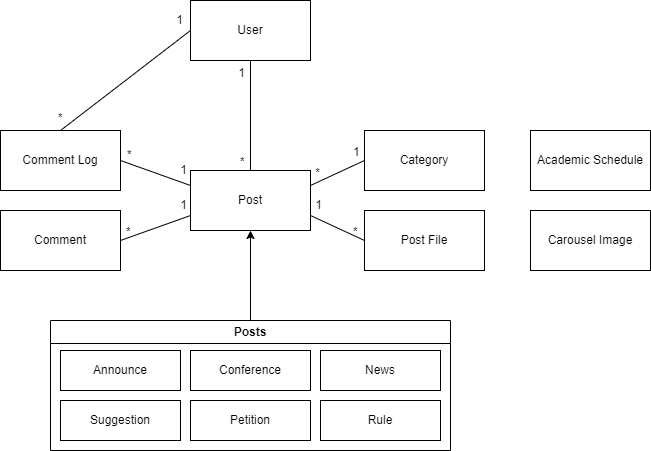
Earlier version of the draw.io export images/domain_model.png (EveryUniv/student-council-homepage-backend). Source tidied: cells renumbered, new cells last; positions are measured from the earlier drawing's top-left corner, leaving out a move shared by most shapes.
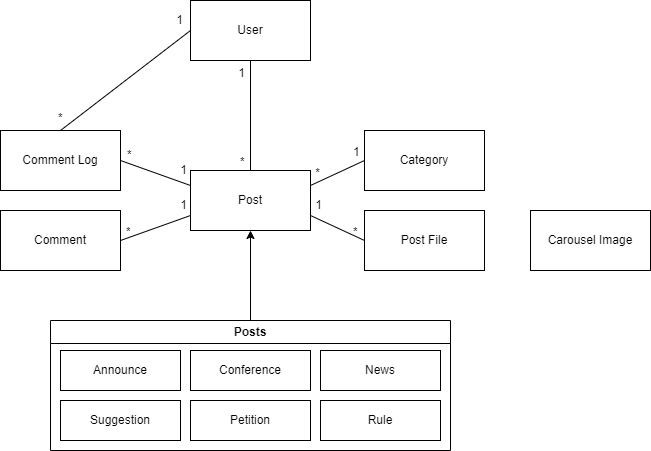
The same file after the commit.

Change to the diagram source:
```diff
@@ -5,9 +5,6 @@
     <mxCell id="2" value="Post" style="rounded=0;whiteSpace=wrap;html=1;" parent="1" vertex="1">
       <mxGeometry x="190" y="170" width="120" height="60" as="geometry" />
     </mxCell>
-    <mxCell id="3" value="Academic Schedule" style="rounded=0;whiteSpace=wrap;html=1;" parent="1" vertex="1">
-      <mxGeometry x="530" y="130" width="120" height="60" as="geometry" />
-    </mxCell>
     <mxCell id="4" value="Carousel Image" style="rounded=0;whiteSpace=wrap;html=1;" parent="1" vertex="1">
       <mxGeometry x="530" y="210" width="120" height="60" as="geometry" />
     </mxCell>
```
